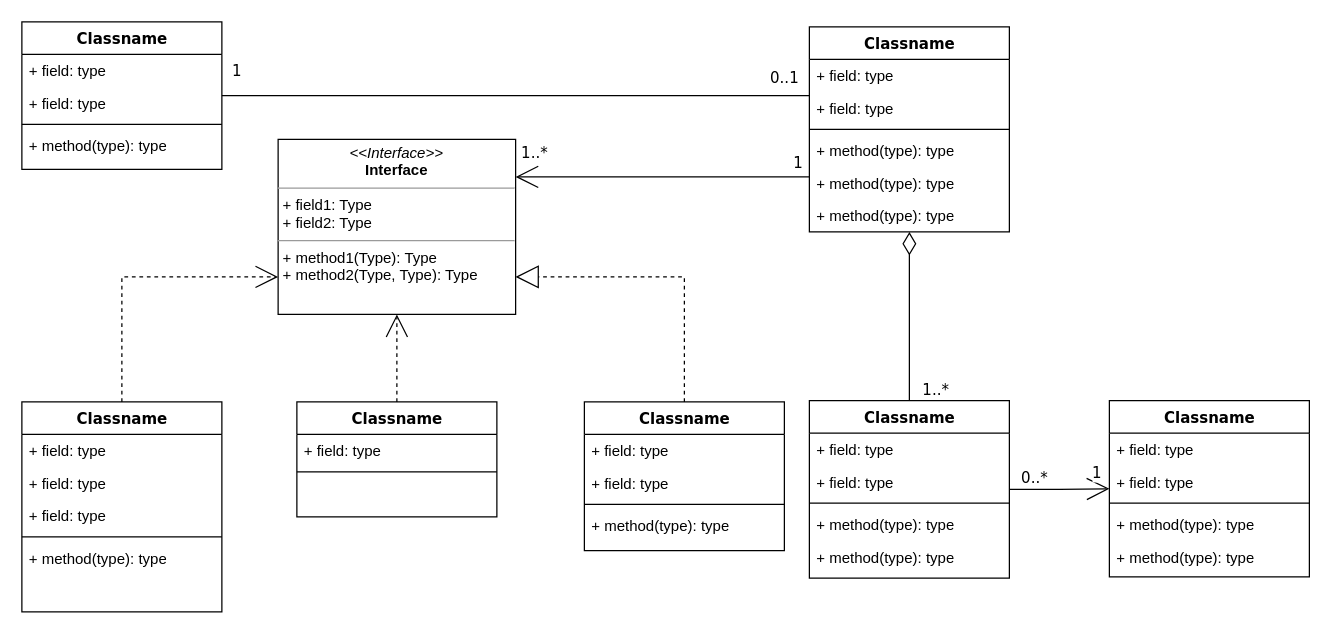
Earlier version of the draw.io diagram src/calculator.drawio (sg41/SmartCalc). Source tidied: cells renumbered, new cells numbered last; positions are measured from the earlier drawing's top-left corner, leaving out a move shared by most shapes. Both pictures are drawn from the tidied source at 125%, with x=0, y=0 at pixel (21, 21).
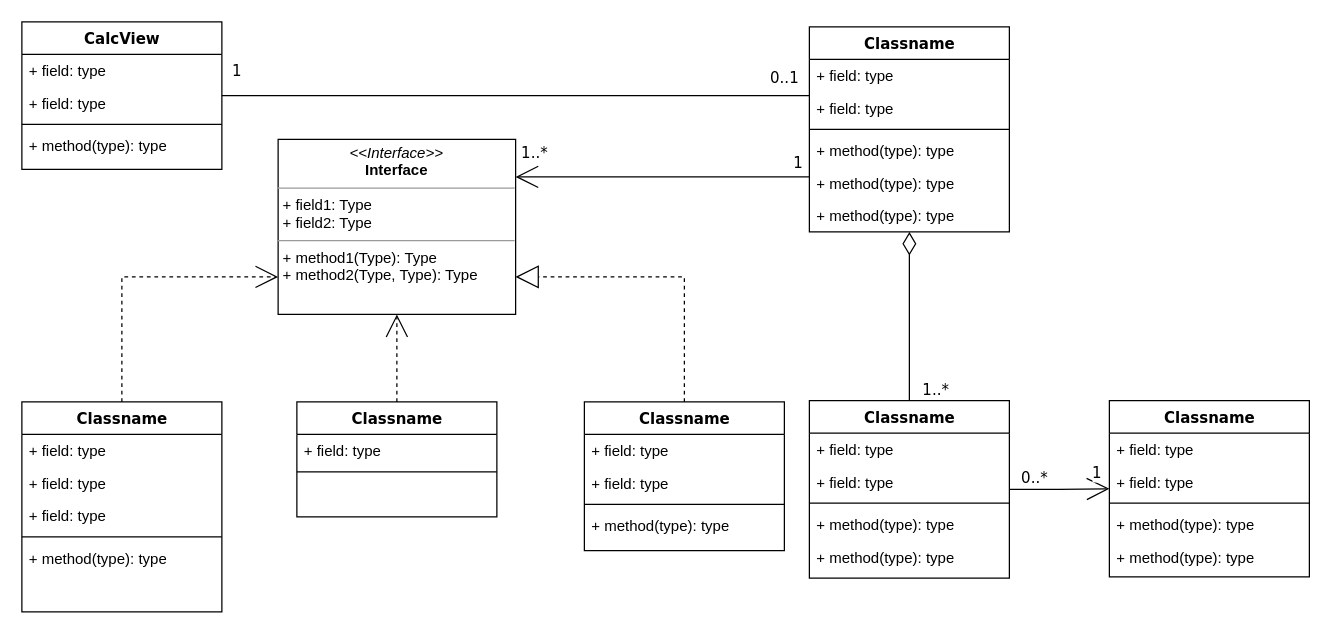
Above is the later version.

Diff of the diagram source:
```diff
@@
-    <mxCell id="9" value="Classname" style="swimlane;html=1;fontStyle=1;align=center;verticalAlign=top;horizontal=1;startSize=26;swimlaneFillColor=#ffffff;rounded=0;shadow=0;comic=0;labelBackgroundColor=none;strokeWidth=1;fillColor=none;fontFamily=Verdana;fontSize=12;" parent="1" vertex="1">
+    <mxCell id="9" value="CalcView" style="swimlane;html=1;fontStyle=1;align=center;verticalAlign=top;horizontal=1;startSize=26;swimlaneFillColor=#ffffff;rounded=0;shadow=0;comic=0;labelBackgroundColor=none;strokeWidth=1;fillColor=none;fontFamily=Verdana;fontSize=12;" parent="1" vertex="1">
       <mxGeometry width="160" height="118" as="geometry" />
     </mxCell>
```
